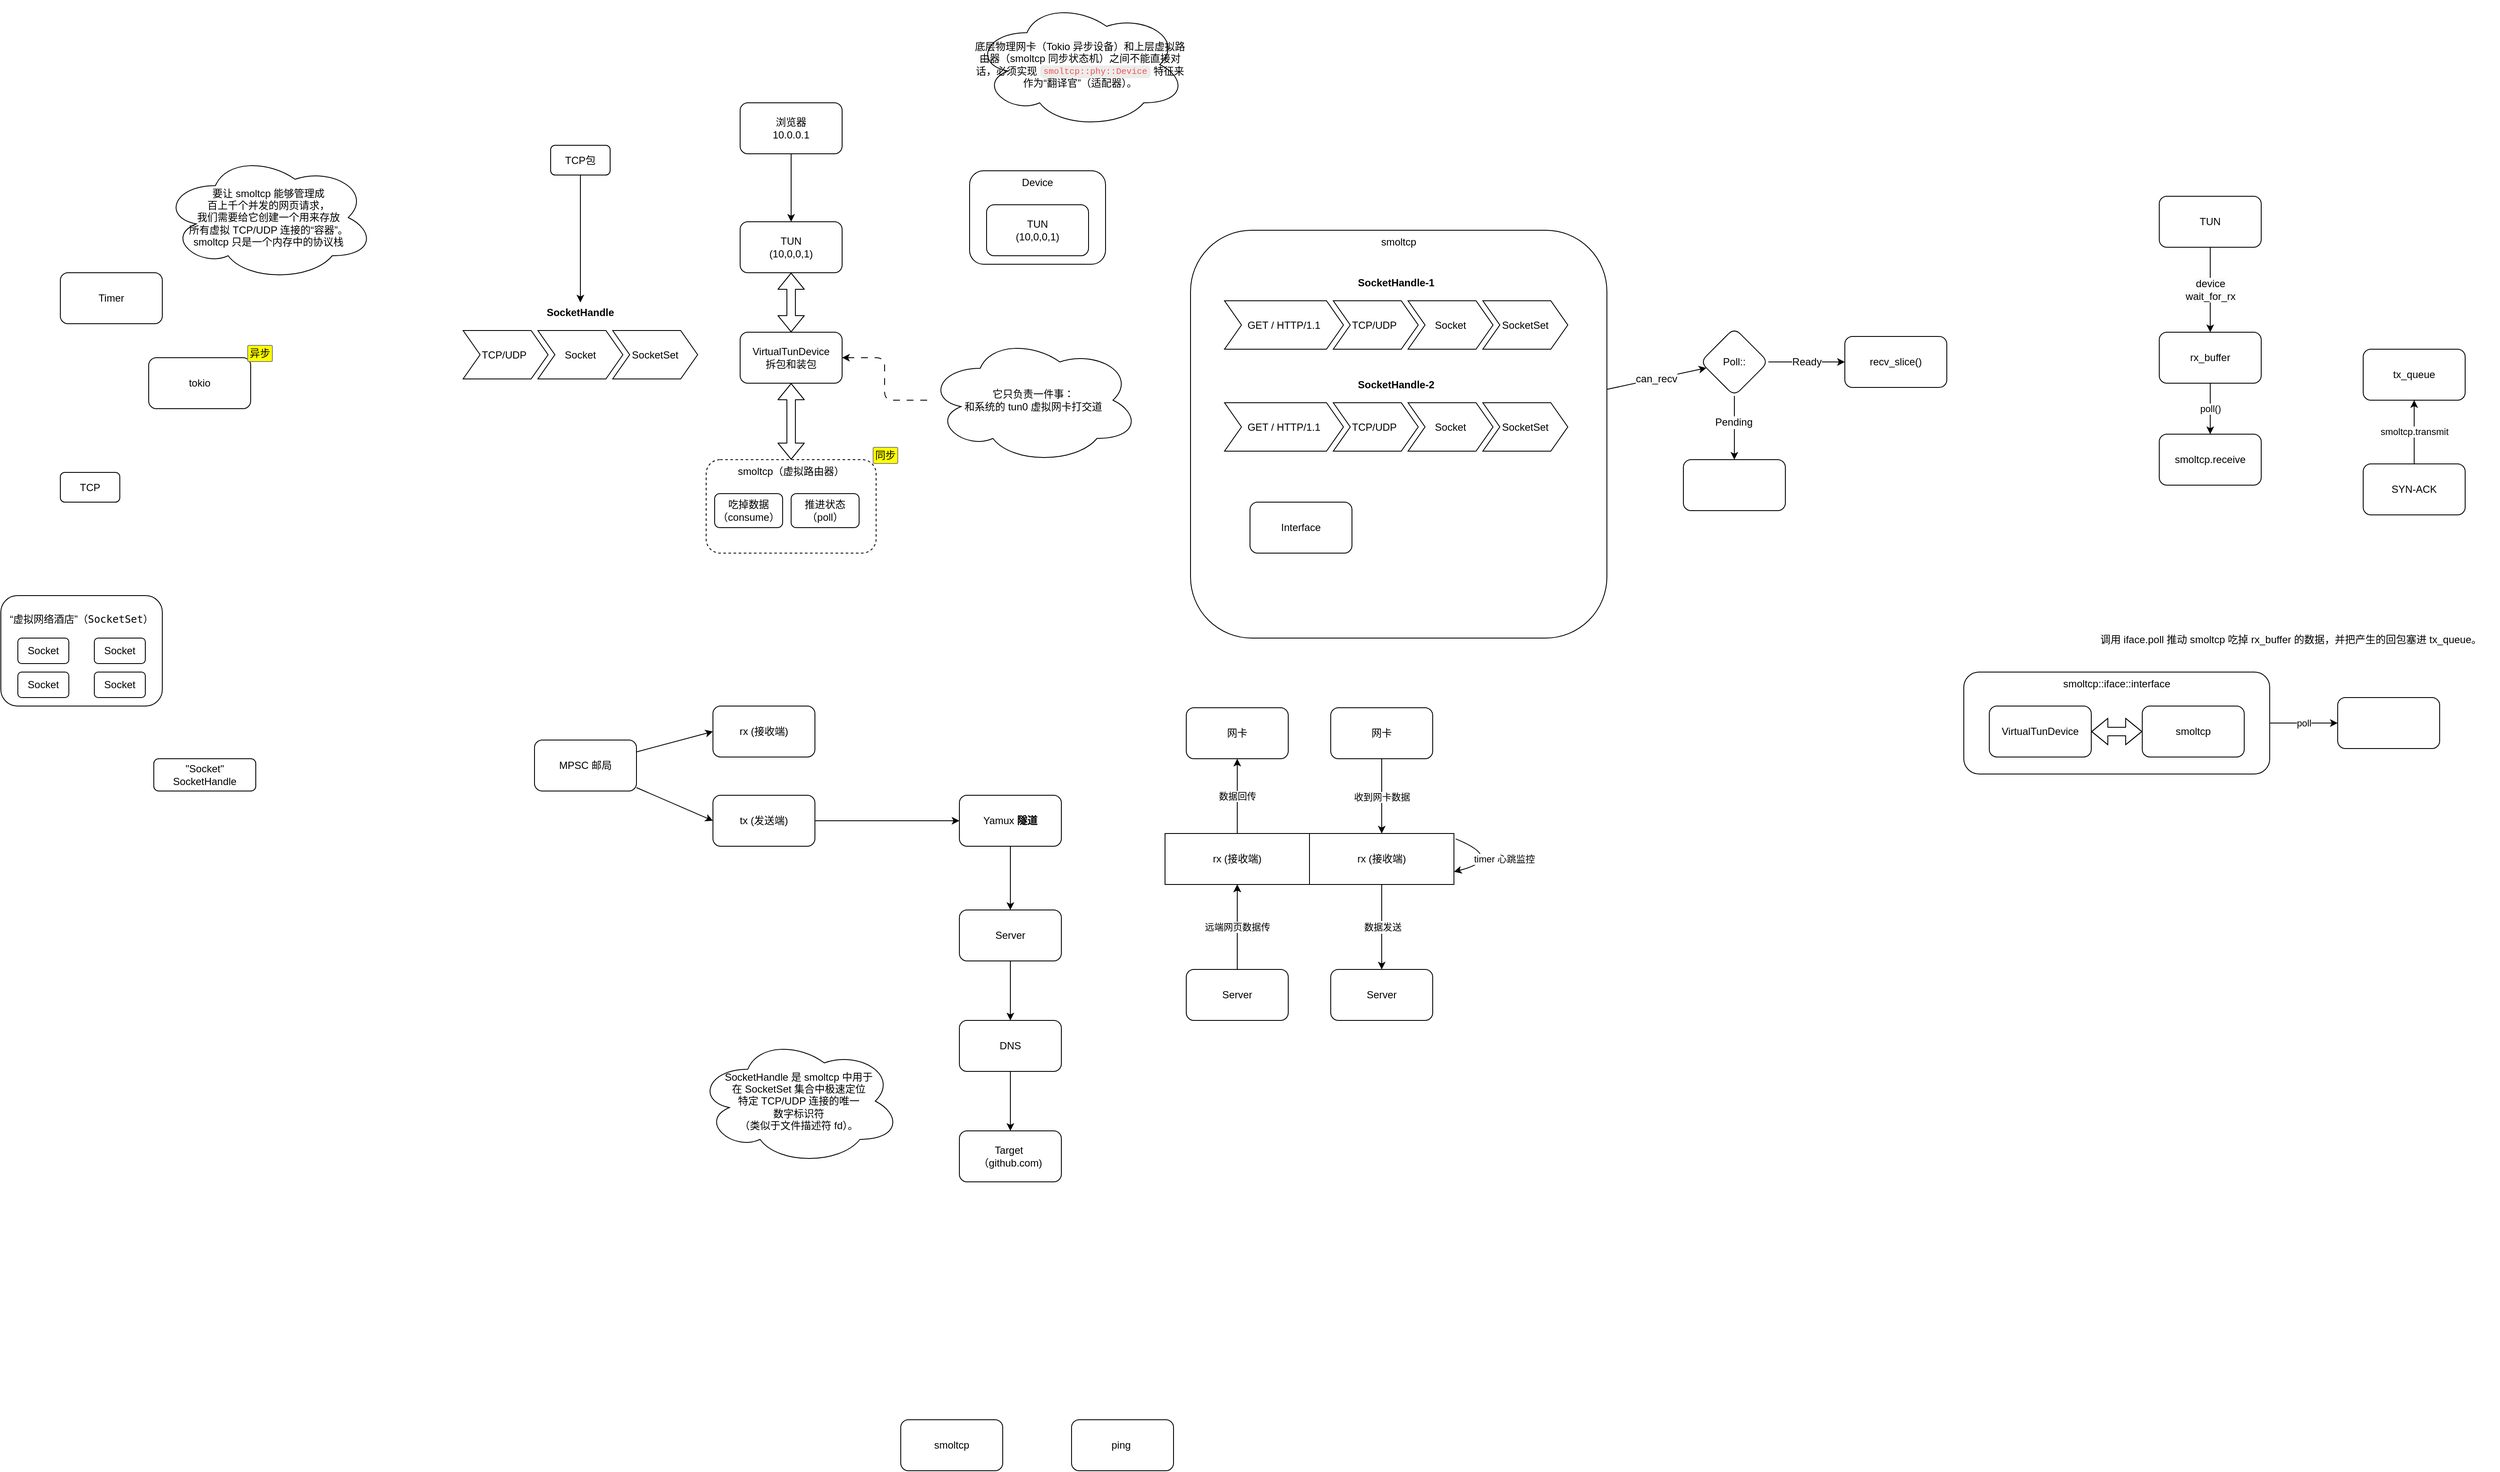
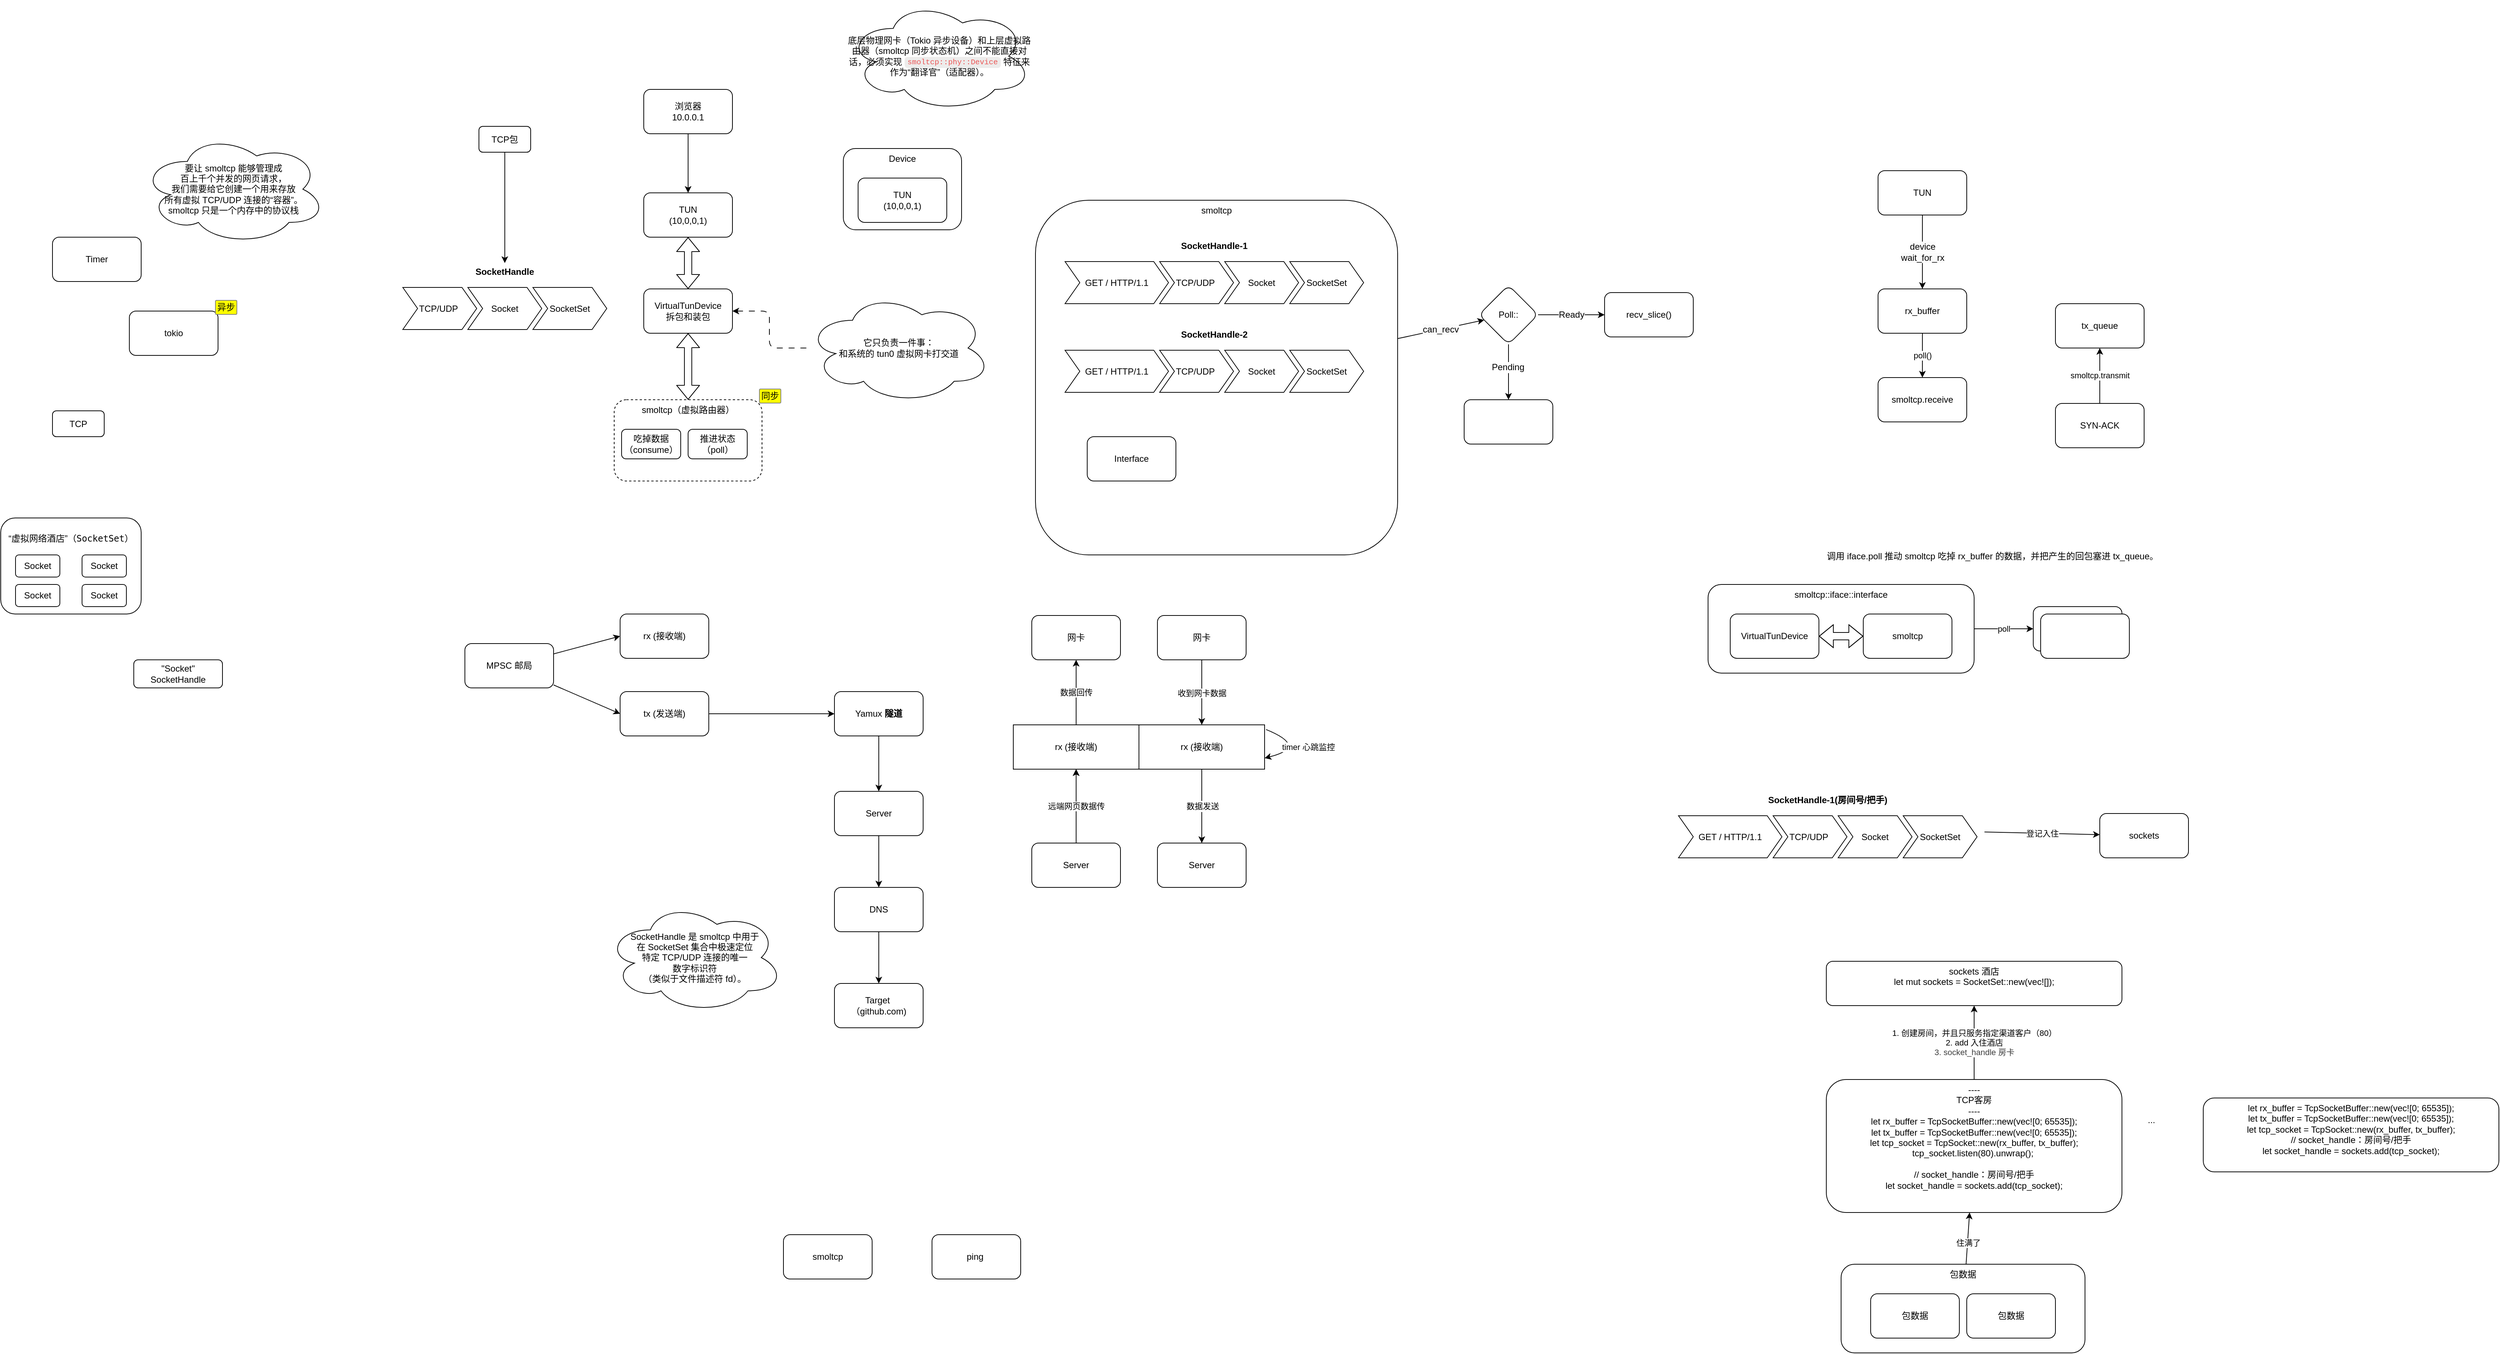
<mxfile host="65bd71144e">
    <diagram id="SK4-CPsVokxL4LTUJP4q" name="第 1 页">
-         <mxGraphModel dx="2701" dy="1525" grid="1" gridSize="10" guides="1" tooltips="1" connect="1" arrows="1" fold="1" page="1" pageScale="1" pageWidth="1169" pageHeight="827" math="0" shadow="0">
+         <mxGraphModel dx="2026" dy="1144" grid="1" gridSize="10" guides="1" tooltips="1" connect="1" arrows="1" fold="1" page="1" pageScale="1" pageWidth="1169" pageHeight="827" math="0" shadow="0">
            <root>
                <mxCell id="0"/>
                <mxCell id="1" parent="0"/>
+                 <mxCell id="199" style="edgeStyle=none;html=1;" edge="1" parent="1" source="196" target="191">
+                     <mxGeometry relative="1" as="geometry"/>
+                 </mxCell>
+                 <mxCell id="200" value="住满了" style="edgeLabel;html=1;align=center;verticalAlign=middle;resizable=0;points=[];" vertex="1" connectable="0" parent="199">
+                     <mxGeometry x="-0.1696" y="-1" relative="1" as="geometry">
+                         <mxPoint as="offset"/>
+                     </mxGeometry>
+                 </mxCell>
+                 <mxCell id="196" value="包数据" style="rounded=1;whiteSpace=wrap;html=1;verticalAlign=top;" vertex="1" parent="1">
+                     <mxGeometry x="2670" y="1800" width="330" height="120" as="geometry"/>
+                 </mxCell>
+                 <mxCell id="198" value="包数据" style="rounded=1;whiteSpace=wrap;html=1;" vertex="1" parent="1">
+                     <mxGeometry x="2710" y="1840" width="120" height="60" as="geometry"/>
+                 </mxCell>
                <mxCell id="148" value="&lt;span style=&quot;color: rgb(0, 0, 0); text-wrap-mode: wrap; background-color: rgb(251, 251, 251);&quot;&gt;can_recv&lt;/span&gt;" style="edgeStyle=none;html=1;fontFamily=Helvetica;fontSize=12;fontColor=default;" parent="1" source="145" target="147" edge="1">
                    <mxGeometry x="-0.004" relative="1" as="geometry">
                        <mxPoint as="offset"/>
                    </mxGeometry>
                </mxCell>
                <mxCell id="145" value="smoltcp" style="rounded=1;whiteSpace=wrap;html=1;strokeColor=default;align=center;verticalAlign=top;fontFamily=Helvetica;fontSize=12;fontColor=default;fillColor=none;" parent="1" vertex="1">
                    <mxGeometry x="1580" y="360" width="490" height="480" as="geometry"/>
                </mxCell>
                <mxCell id="76" value="Device" style="rounded=1;whiteSpace=wrap;html=1;verticalAlign=top;" parent="1" vertex="1">
                    <mxGeometry x="1320" y="290" width="160" height="110" as="geometry"/>
                </mxCell>
                <mxCell id="3" value="&lt;div&gt;&lt;br&gt;&lt;/div&gt;“虚拟网络酒店”（&lt;code data-index-in-node=&quot;10&quot; data-path-to-node=&quot;9&quot;&gt;SocketSet&lt;/code&gt;）" style="rounded=1;whiteSpace=wrap;html=1;verticalAlign=top;fontSize=12;" parent="1" vertex="1">
                    <mxGeometry x="180" y="790" width="190" height="130" as="geometry"/>
                </mxCell>
                <mxCell id="4" value="Socket" style="rounded=1;whiteSpace=wrap;html=1;" parent="1" vertex="1">
                    <mxGeometry x="200" y="840" width="60" height="30" as="geometry"/>
                </mxCell>
                <mxCell id="5" value="Socket" style="rounded=1;whiteSpace=wrap;html=1;" parent="1" vertex="1">
                    <mxGeometry x="290" y="840" width="60" height="30" as="geometry"/>
                </mxCell>
                <mxCell id="6" value="Socket" style="rounded=1;whiteSpace=wrap;html=1;" parent="1" vertex="1">
                    <mxGeometry x="290" y="880" width="60" height="30" as="geometry"/>
                </mxCell>
                <mxCell id="7" value="Socket" style="rounded=1;whiteSpace=wrap;html=1;" parent="1" vertex="1">
                    <mxGeometry x="200" y="880" width="60" height="30" as="geometry"/>
                </mxCell>
                <mxCell id="8" value="&quot;Socket&quot;&lt;div&gt;SocketHandle&lt;/div&gt;" style="rounded=1;whiteSpace=wrap;html=1;" parent="1" vertex="1">
                    <mxGeometry x="360" y="982" width="120" height="38" as="geometry"/>
                </mxCell>
                <mxCell id="46" style="edgeStyle=none;html=1;fontFamily=Helvetica;fontSize=12;fontColor=default;" parent="1" source="9" target="10" edge="1">
                    <mxGeometry relative="1" as="geometry"/>
                </mxCell>
                <mxCell id="9" value="浏览器&lt;div&gt;10.0.0.1&lt;/div&gt;" style="rounded=1;whiteSpace=wrap;html=1;" parent="1" vertex="1">
                    <mxGeometry x="1050" y="210" width="120" height="60" as="geometry"/>
                </mxCell>
                <mxCell id="10" value="TUN&lt;br&gt;(10,0,0,1)" style="rounded=1;whiteSpace=wrap;html=1;" parent="1" vertex="1">
                    <mxGeometry x="1050" y="350" width="120" height="60" as="geometry"/>
                </mxCell>
                <mxCell id="34" style="edgeStyle=none;html=1;entryX=0;entryY=0.5;entryDx=0;entryDy=0;" parent="1" source="14" target="31" edge="1">
                    <mxGeometry relative="1" as="geometry"/>
                </mxCell>
                <mxCell id="35" style="edgeStyle=none;html=1;entryX=0;entryY=0.5;entryDx=0;entryDy=0;" parent="1" source="14" target="33" edge="1">
                    <mxGeometry relative="1" as="geometry"/>
                </mxCell>
                <mxCell id="14" value="MPSC 邮局" style="rounded=1;whiteSpace=wrap;html=1;" parent="1" vertex="1">
                    <mxGeometry x="808" y="960" width="120" height="60" as="geometry"/>
                </mxCell>
                <mxCell id="42" style="edgeStyle=none;html=1;fontFamily=Helvetica;fontSize=12;fontColor=default;" parent="1" source="15" target="16" edge="1">
                    <mxGeometry relative="1" as="geometry"/>
                </mxCell>
                <mxCell id="15" value="Yamux&amp;nbsp;&lt;span class=&quot;notion-enable-hover&quot; data-token-index=&quot;0&quot; style=&quot;font-weight:600&quot;&gt;隧道&lt;/span&gt;" style="rounded=1;whiteSpace=wrap;html=1;" parent="1" vertex="1">
                    <mxGeometry x="1308" y="1025" width="120" height="60" as="geometry"/>
                </mxCell>
                <mxCell id="43" style="edgeStyle=none;html=1;fontFamily=Helvetica;fontSize=12;fontColor=default;" parent="1" source="16" target="17" edge="1">
                    <mxGeometry relative="1" as="geometry"/>
                </mxCell>
                <mxCell id="16" value="Server" style="rounded=1;whiteSpace=wrap;html=1;" parent="1" vertex="1">
                    <mxGeometry x="1308" y="1160" width="120" height="60" as="geometry"/>
                </mxCell>
                <mxCell id="44" style="edgeStyle=none;html=1;fontFamily=Helvetica;fontSize=12;fontColor=default;" parent="1" source="17" target="18" edge="1">
                    <mxGeometry relative="1" as="geometry"/>
                </mxCell>
                <mxCell id="17" value="DNS" style="rounded=1;whiteSpace=wrap;html=1;" parent="1" vertex="1">
                    <mxGeometry x="1308" y="1290" width="120" height="60" as="geometry"/>
                </mxCell>
                <mxCell id="18" value="Target&amp;nbsp;&lt;div&gt;（github.com)&lt;/div&gt;" style="rounded=1;whiteSpace=wrap;html=1;" parent="1" vertex="1">
                    <mxGeometry x="1308" y="1420" width="120" height="60" as="geometry"/>
                </mxCell>
                <mxCell id="74" style="edgeStyle=none;html=1;fontFamily=Helvetica;fontSize=12;fontColor=default;" parent="1" source="19" target="25" edge="1">
                    <mxGeometry relative="1" as="geometry"/>
                </mxCell>
                <mxCell id="19" value="TCP包" style="rounded=1;whiteSpace=wrap;html=1;" parent="1" vertex="1">
                    <mxGeometry x="827" y="260" width="70" height="35" as="geometry"/>
                </mxCell>
                <mxCell id="20" value="TCP" style="rounded=1;whiteSpace=wrap;html=1;" parent="1" vertex="1">
                    <mxGeometry x="250" y="645" width="70" height="35" as="geometry"/>
                </mxCell>
                <mxCell id="25" value="SocketHandle" style="swimlane;childLayout=stackLayout;horizontal=1;fillColor=none;horizontalStack=1;resizeParent=1;resizeParentMax=0;resizeLast=0;collapsible=0;strokeColor=none;stackBorder=10;stackSpacing=-12;resizable=1;align=center;points=[];whiteSpace=wrap;html=1;" parent="1" vertex="1">
                    <mxGeometry x="714" y="445" width="296" height="100" as="geometry"/>
                </mxCell>
                <mxCell id="26" value="TCP/UDP&amp;nbsp;" style="shape=step;perimeter=stepPerimeter;fixedSize=1;points=[];whiteSpace=wrap;html=1;" parent="25" vertex="1">
                    <mxGeometry x="10" y="33" width="100" height="57" as="geometry"/>
                </mxCell>
                <mxCell id="27" value="Socket" style="shape=step;perimeter=stepPerimeter;fixedSize=1;points=[];whiteSpace=wrap;html=1;" parent="25" vertex="1">
                    <mxGeometry x="98" y="33" width="100" height="57" as="geometry"/>
                </mxCell>
                <mxCell id="28" value="SocketSet" style="shape=step;perimeter=stepPerimeter;fixedSize=1;points=[];whiteSpace=wrap;html=1;" parent="25" vertex="1">
                    <mxGeometry x="186" y="33" width="100" height="57" as="geometry"/>
                </mxCell>
                <mxCell id="30" value="SocketHandle 是 smoltcp 中用于&lt;div&gt;在 SocketSet 集合中极速定位&lt;/div&gt;&lt;div&gt;特定 TCP/UDP 连接的唯一&lt;/div&gt;&lt;div&gt;数字标识符&lt;/div&gt;&lt;div&gt;（类似于文件描述符 fd）。&lt;/div&gt;" style="ellipse;shape=cloud;whiteSpace=wrap;html=1;" parent="1" vertex="1">
                    <mxGeometry x="999" y="1310" width="240" height="150" as="geometry"/>
                </mxCell>
                <mxCell id="31" value="rx (接收端)" style="rounded=1;whiteSpace=wrap;html=1;" parent="1" vertex="1">
                    <mxGeometry x="1018" y="920" width="120" height="60" as="geometry"/>
                </mxCell>
                <mxCell id="41" style="edgeStyle=none;html=1;entryX=0;entryY=0.5;entryDx=0;entryDy=0;fontFamily=Helvetica;fontSize=12;fontColor=default;" parent="1" source="33" target="15" edge="1">
                    <mxGeometry relative="1" as="geometry"/>
                </mxCell>
                <mxCell id="33" value="tx (发送端)" style="rounded=1;whiteSpace=wrap;html=1;" parent="1" vertex="1">
                    <mxGeometry x="1018" y="1025" width="120" height="60" as="geometry"/>
                </mxCell>
                <mxCell id="40" value="要让 smoltcp 能够管理成&#xa;百上千个并发的网页请求，&#xa;我们需要给它创建一个用来存放&#xa;所有虚拟 TCP/UDP 连接的“容器”。&#xa;smoltcp 只是一个内存中的协议栈" style="ellipse;shape=cloud;whiteSpace=wrap;html=1;" parent="1" vertex="1">
                    <mxGeometry x="370" y="270" width="250" height="150" as="geometry"/>
                </mxCell>
                <mxCell id="45" value="smoltcp（虚拟路由器）" style="rounded=1;whiteSpace=wrap;html=1;metaEdit=0;noLabel=0;portConstraintRotation=0;dropTarget=0;enumerate=1;enumerateValue=%E5%90%8C%E6%AD%A5;verticalAlign=top;dashed=1;" parent="1" vertex="1">
                    <mxGeometry x="1010" y="630" width="200" height="110" as="geometry"/>
                </mxCell>
                <mxCell id="49" value="tokio" style="rounded=1;whiteSpace=wrap;html=1;metaEdit=0;noLabel=0;portConstraintRotation=0;dropTarget=0;enumerate=1;enumerateValue=%E5%BC%82%E6%AD%A5;" parent="1" vertex="1">
                    <mxGeometry x="354" y="510" width="120" height="60" as="geometry"/>
                </mxCell>
                <mxCell id="72" style="edgeStyle=none;html=1;fontFamily=Helvetica;fontSize=12;fontColor=default;shape=flexArrow;startArrow=block;" parent="1" source="50" target="45" edge="1">
                    <mxGeometry relative="1" as="geometry"/>
                </mxCell>
                <mxCell id="50" value="VirtualTunDevice&#xa;拆包和装包" style="rounded=1;whiteSpace=wrap;html=1;" parent="1" vertex="1">
                    <mxGeometry x="1050" y="480" width="120" height="60" as="geometry"/>
                </mxCell>
                <mxCell id="51" value="Timer" style="rounded=1;whiteSpace=wrap;html=1;metaEdit=0;noLabel=0;portConstraintRotation=0;dropTarget=0;enumerate=0;enumerateValue=%E5%90%8C%E6%AD%A5;" parent="1" vertex="1">
                    <mxGeometry x="250" y="410" width="120" height="60" as="geometry"/>
                </mxCell>
                <mxCell id="52" value="吃掉数据（consume）" style="rounded=1;whiteSpace=wrap;html=1;" parent="1" vertex="1">
                    <mxGeometry x="1020" y="670" width="80" height="40" as="geometry"/>
                </mxCell>
                <mxCell id="53" value="推进状态（poll）" style="rounded=1;whiteSpace=wrap;html=1;" parent="1" vertex="1">
                    <mxGeometry x="1110" y="670" width="80" height="40" as="geometry"/>
                </mxCell>
                <mxCell id="71" style="edgeStyle=none;html=1;fontFamily=Helvetica;fontSize=12;fontColor=default;shape=flexArrow;endArrow=block;startArrow=block;" parent="1" source="50" target="10" edge="1">
                    <mxGeometry relative="1" as="geometry"/>
                </mxCell>
                <mxCell id="73" value="底层物理网卡（Tokio 异步设备）和上层虚拟路由器（smoltcp 同步状态机）之间不能直接对话，必须实现 &lt;div style=&quot;display:inline&quot; class=&quot;notion-inline-code-container&quot;&gt;&lt;span class=&quot;notion-enable-hover&quot; spellcheck=&quot;false&quot; data-token-index=&quot;1&quot; style=&quot;font-family:&amp;quot;SFMono-Regular&amp;quot;, Menlo, Consolas, &amp;quot;PT Mono&amp;quot;, &amp;quot;Liberation Mono&amp;quot;, Courier, monospace;line-height:normal;background:rgba(135,131,120,.15);color:#EB5757;border-radius:4px;font-size:85%;padding:0.2em 0.4em;position:relative;bottom:0.065em&quot;&gt;smoltcp::phy::Device&lt;/span&gt;&lt;/div&gt; 特征来作为“翻译官”（适配器）。" style="ellipse;shape=cloud;whiteSpace=wrap;html=1;" parent="1" vertex="1">
                    <mxGeometry x="1325" y="90" width="250" height="150" as="geometry"/>
                </mxCell>
                <mxCell id="75" value="TUN&lt;br&gt;(10,0,0,1)" style="rounded=1;whiteSpace=wrap;html=1;" parent="1" vertex="1">
                    <mxGeometry x="1340" y="330" width="120" height="60" as="geometry"/>
                </mxCell>
                <mxCell id="77" value="网卡" style="rounded=1;whiteSpace=wrap;html=1;" parent="1" vertex="1">
                    <mxGeometry x="1575" y="922" width="120" height="60" as="geometry"/>
                </mxCell>
                <mxCell id="92" style="edgeStyle=none;html=1;fontFamily=Helvetica;fontSize=12;fontColor=default;" parent="1" source="78" edge="1">
                    <mxGeometry relative="1" as="geometry"/>
                </mxCell>
                <mxCell id="117" style="edgeStyle=none;html=1;fontFamily=Helvetica;fontSize=12;fontColor=default;" parent="1" source="78" target="118" edge="1">
                    <mxGeometry relative="1" as="geometry">
                        <mxPoint x="1652.173913043478" y="1120" as="targetPoint"/>
                    </mxGeometry>
                </mxCell>
                <mxCell id="125" value="远端网页数据传" style="edgeStyle=none;html=1;align=center;verticalAlign=middle;" parent="1" source="78" target="118" edge="1">
                    <mxGeometry x="-0.0029" relative="1" as="geometry">
                        <mxPoint as="offset"/>
                    </mxGeometry>
                </mxCell>
                <mxCell id="78" value="Server" style="rounded=1;whiteSpace=wrap;html=1;" parent="1" vertex="1">
                    <mxGeometry x="1575" y="1230" width="120" height="60" as="geometry"/>
                </mxCell>
                <mxCell id="131" value="数据回传" style="edgeStyle=none;html=1;" parent="1" source="118" target="77" edge="1">
                    <mxGeometry relative="1" as="geometry"/>
                </mxCell>
                <mxCell id="118" value="&lt;span style=&quot;color: rgb(0, 0, 0);&quot;&gt;rx (接收端)&lt;/span&gt;" style="rounded=0;whiteSpace=wrap;html=1;strokeColor=default;align=center;verticalAlign=middle;fontFamily=Helvetica;fontSize=12;fontColor=default;fillColor=default;" parent="1" vertex="1">
                    <mxGeometry x="1550" y="1070" width="170" height="60" as="geometry"/>
                </mxCell>
                <mxCell id="124" style="edgeStyle=none;html=1;fontFamily=Helvetica;fontSize=12;fontColor=default;" parent="1" source="119" target="122" edge="1">
                    <mxGeometry relative="1" as="geometry"/>
                </mxCell>
                <mxCell id="126" value="&lt;span style=&quot;color: rgb(0, 0, 0); font-size: 11px;&quot;&gt;数据发送&lt;/span&gt;" style="edgeLabel;html=1;align=center;verticalAlign=middle;resizable=0;points=[];rounded=1;strokeColor=default;fontFamily=Helvetica;fontSize=12;fontColor=default;fillColor=default;" parent="124" vertex="1" connectable="0">
                    <mxGeometry y="1" relative="1" as="geometry">
                        <mxPoint as="offset"/>
                    </mxGeometry>
                </mxCell>
                <mxCell id="119" value="&lt;span style=&quot;color: rgb(0, 0, 0);&quot;&gt;rx (接收端)&lt;/span&gt;" style="rounded=0;whiteSpace=wrap;html=1;strokeColor=default;align=center;verticalAlign=middle;fontFamily=Helvetica;fontSize=12;fontColor=default;fillColor=default;" parent="1" vertex="1">
                    <mxGeometry x="1720" y="1070" width="170" height="60" as="geometry"/>
                </mxCell>
                <mxCell id="123" value="收到网卡数据" style="edgeStyle=none;html=1;" parent="1" source="121" target="119" edge="1">
                    <mxGeometry x="0.0079" relative="1" as="geometry">
                        <mxPoint as="offset"/>
                    </mxGeometry>
                </mxCell>
                <mxCell id="121" value="&lt;span style=&quot;color: rgb(0, 0, 0);&quot;&gt;网卡&lt;/span&gt;" style="rounded=1;whiteSpace=wrap;html=1;" parent="1" vertex="1">
                    <mxGeometry x="1745" y="922" width="120" height="60" as="geometry"/>
                </mxCell>
                <mxCell id="122" value="&lt;span style=&quot;color: rgb(0, 0, 0);&quot;&gt;Server&lt;/span&gt;" style="rounded=1;whiteSpace=wrap;html=1;" parent="1" vertex="1">
                    <mxGeometry x="1745" y="1230" width="120" height="60" as="geometry"/>
                </mxCell>
                <mxCell id="132" value="timer 心跳监控" style="edgeStyle=orthogonalEdgeStyle;html=1;exitX=1.012;exitY=0.105;exitDx=0;exitDy=0;exitPerimeter=0;entryX=1;entryY=0.75;entryDx=0;entryDy=0;curved=1;" parent="1" source="119" target="119" edge="1">
                    <mxGeometry relative="1" as="geometry">
                        <Array as="points">
                            <mxPoint x="1950" y="1100"/>
                        </Array>
                    </mxGeometry>
                </mxCell>
                <mxCell id="133" value="SocketHandle-2" style="swimlane;childLayout=stackLayout;horizontal=1;fillColor=none;horizontalStack=1;resizeParent=1;resizeParentMax=0;resizeLast=0;collapsible=0;strokeColor=none;stackBorder=10;stackSpacing=-12;resizable=1;align=center;points=[];whiteSpace=wrap;html=1;" parent="1" vertex="1">
                    <mxGeometry x="1610" y="530" width="424" height="100" as="geometry"/>
                </mxCell>
                <mxCell id="134" value="GET / HTTP/1.1" style="shape=step;perimeter=stepPerimeter;fixedSize=1;points=[];whiteSpace=wrap;html=1;" parent="133" vertex="1">
                    <mxGeometry x="10" y="33" width="140" height="57" as="geometry"/>
                </mxCell>
                <mxCell id="135" value="&lt;span style=&quot;color: rgb(0, 0, 0);&quot;&gt;TCP/UDP&amp;nbsp;&lt;/span&gt;" style="shape=step;perimeter=stepPerimeter;fixedSize=1;points=[];whiteSpace=wrap;html=1;" parent="133" vertex="1">
                    <mxGeometry x="138" y="33" width="100" height="57" as="geometry"/>
                </mxCell>
                <mxCell id="136" value="&lt;span style=&quot;color: rgb(0, 0, 0);&quot;&gt;Socket&lt;/span&gt;" style="shape=step;perimeter=stepPerimeter;fixedSize=1;points=[];whiteSpace=wrap;html=1;" parent="133" vertex="1">
                    <mxGeometry x="226" y="33" width="100" height="57" as="geometry"/>
                </mxCell>
                <mxCell id="139" value="SocketSet" style="shape=step;perimeter=stepPerimeter;fixedSize=1;points=[];whiteSpace=wrap;html=1;" parent="133" vertex="1">
                    <mxGeometry x="314" y="33" width="100" height="57" as="geometry"/>
                </mxCell>
                <mxCell id="140" value="SocketHandle-1" style="swimlane;childLayout=stackLayout;horizontal=1;fillColor=none;horizontalStack=1;resizeParent=1;resizeParentMax=0;resizeLast=0;collapsible=0;strokeColor=none;stackBorder=10;stackSpacing=-12;resizable=1;align=center;points=[];whiteSpace=wrap;html=1;" parent="1" vertex="1">
                    <mxGeometry x="1610" y="410" width="424" height="100" as="geometry"/>
                </mxCell>
                <mxCell id="141" value="GET / HTTP/1.1" style="shape=step;perimeter=stepPerimeter;fixedSize=1;points=[];whiteSpace=wrap;html=1;" parent="140" vertex="1">
                    <mxGeometry x="10" y="33" width="140" height="57" as="geometry"/>
                </mxCell>
                <mxCell id="142" value="&lt;span style=&quot;color: rgb(0, 0, 0);&quot;&gt;TCP/UDP&amp;nbsp;&lt;/span&gt;" style="shape=step;perimeter=stepPerimeter;fixedSize=1;points=[];whiteSpace=wrap;html=1;" parent="140" vertex="1">
                    <mxGeometry x="138" y="33" width="100" height="57" as="geometry"/>
                </mxCell>
                <mxCell id="143" value="&lt;span style=&quot;color: rgb(0, 0, 0);&quot;&gt;Socket&lt;/span&gt;" style="shape=step;perimeter=stepPerimeter;fixedSize=1;points=[];whiteSpace=wrap;html=1;" parent="140" vertex="1">
                    <mxGeometry x="226" y="33" width="100" height="57" as="geometry"/>
                </mxCell>
                <mxCell id="144" value="SocketSet" style="shape=step;perimeter=stepPerimeter;fixedSize=1;points=[];whiteSpace=wrap;html=1;" parent="140" vertex="1">
                    <mxGeometry x="314" y="33" width="100" height="57" as="geometry"/>
                </mxCell>
                <mxCell id="150" value="Ready" style="edgeStyle=none;html=1;fontFamily=Helvetica;fontSize=12;fontColor=default;" parent="1" source="147" target="149" edge="1">
                    <mxGeometry relative="1" as="geometry"/>
                </mxCell>
                <mxCell id="153" value="" style="edgeStyle=none;html=1;fontFamily=Helvetica;fontSize=12;fontColor=default;" parent="1" source="147" target="152" edge="1">
                    <mxGeometry relative="1" as="geometry"/>
                </mxCell>
                <mxCell id="154" value="Pending" style="edgeLabel;html=1;align=center;verticalAlign=middle;resizable=0;points=[];rounded=1;strokeColor=default;fontFamily=Helvetica;fontSize=12;fontColor=default;fillColor=default;" parent="153" vertex="1" connectable="0">
                    <mxGeometry x="-0.1787" y="-1" relative="1" as="geometry">
                        <mxPoint as="offset"/>
                    </mxGeometry>
                </mxCell>
                <mxCell id="147" value="Poll::" style="rhombus;whiteSpace=wrap;html=1;rounded=1;strokeColor=default;align=center;verticalAlign=middle;fontFamily=Helvetica;fontSize=12;fontColor=default;fillColor=default;" parent="1" vertex="1">
                    <mxGeometry x="2180" y="475" width="80" height="80" as="geometry"/>
                </mxCell>
                <mxCell id="149" value="recv_slice()" style="rounded=1;whiteSpace=wrap;html=1;strokeColor=default;align=center;verticalAlign=middle;fontFamily=Helvetica;fontSize=12;fontColor=default;fillColor=default;" parent="1" vertex="1">
                    <mxGeometry x="2350" y="485" width="120" height="60" as="geometry"/>
                </mxCell>
                <mxCell id="152" value="" style="whiteSpace=wrap;html=1;rounded=1;" parent="1" vertex="1">
                    <mxGeometry x="2160" y="630" width="120" height="60" as="geometry"/>
                </mxCell>
                <mxCell id="156" style="edgeStyle=orthogonalEdgeStyle;html=1;fontFamily=Helvetica;fontSize=12;fontColor=default;dashed=1;dashPattern=8 8;" parent="1" source="155" target="50" edge="1">
                    <mxGeometry relative="1" as="geometry"/>
                </mxCell>
                <mxCell id="155" value="它只负责一件事：&#xa;和系统的 tun0 虚拟网卡打交道" style="ellipse;shape=cloud;whiteSpace=wrap;html=1;" parent="1" vertex="1">
                    <mxGeometry x="1270" y="485" width="250" height="150" as="geometry"/>
                </mxCell>
                <mxCell id="157" value="Interface" style="rounded=1;whiteSpace=wrap;html=1;strokeColor=default;align=center;verticalAlign=middle;fontFamily=Helvetica;fontSize=12;fontColor=default;fillColor=default;" parent="1" vertex="1">
                    <mxGeometry x="1650" y="680" width="120" height="60" as="geometry"/>
                </mxCell>
                <mxCell id="160" value="poll()" style="edgeStyle=none;html=1;" parent="1" source="158" target="159" edge="1">
                    <mxGeometry relative="1" as="geometry"/>
                </mxCell>
                <mxCell id="158" value="rx_buffer" style="rounded=1;whiteSpace=wrap;html=1;" parent="1" vertex="1">
                    <mxGeometry x="2720" y="480" width="120" height="60" as="geometry"/>
                </mxCell>
                <mxCell id="159" value="smoltcp.receive" style="rounded=1;whiteSpace=wrap;html=1;" parent="1" vertex="1">
                    <mxGeometry x="2720" y="600" width="120" height="60" as="geometry"/>
                </mxCell>
                <mxCell id="162" value="&lt;span style=&quot;color: rgb(0, 0, 0); font-size: 12px; text-wrap-mode: wrap; background-color: rgb(251, 251, 251);&quot;&gt;device&lt;/span&gt;&lt;br style=&quot;color: rgb(63, 63, 63); scrollbar-color: rgb(226, 226, 226) rgb(251, 251, 251); font-size: 12px; text-wrap-mode: wrap; background-color: rgb(251, 251, 251);&quot;&gt;&lt;span style=&quot;color: rgb(0, 0, 0); font-size: 12px; text-wrap-mode: wrap; background-color: rgb(251, 251, 251);&quot;&gt;wait_for_rx&lt;/span&gt;" style="edgeStyle=none;html=1;" parent="1" source="161" target="158" edge="1">
                    <mxGeometry relative="1" as="geometry"/>
                </mxCell>
                <mxCell id="161" value="TUN" style="rounded=1;whiteSpace=wrap;html=1;" parent="1" vertex="1">
                    <mxGeometry x="2720" y="320" width="120" height="60" as="geometry"/>
                </mxCell>
                <mxCell id="165" value="smoltcp.transmit" style="edgeStyle=none;html=1;" parent="1" source="163" target="166" edge="1">
                    <mxGeometry x="0.0133" relative="1" as="geometry">
                        <mxPoint x="3020" y="580" as="targetPoint"/>
                        <mxPoint as="offset"/>
                    </mxGeometry>
                </mxCell>
                <mxCell id="163" value="SYN-ACK" style="rounded=1;whiteSpace=wrap;html=1;" parent="1" vertex="1">
                    <mxGeometry x="2960" y="635" width="120" height="60" as="geometry"/>
                </mxCell>
                <mxCell id="166" value="tx_queue" style="rounded=1;whiteSpace=wrap;html=1;" parent="1" vertex="1">
                    <mxGeometry x="2960" y="500" width="120" height="60" as="geometry"/>
                </mxCell>
                <mxCell id="169" value="poll" style="edgeStyle=none;html=1;" parent="1" source="167" target="168" edge="1">
                    <mxGeometry relative="1" as="geometry"/>
                </mxCell>
                <mxCell id="167" value="smoltcp::iface::interface" style="rounded=1;whiteSpace=wrap;html=1;verticalAlign=top;" parent="1" vertex="1">
                    <mxGeometry x="2490" y="880" width="360" height="120" as="geometry"/>
                </mxCell>
                <mxCell id="168" value="" style="whiteSpace=wrap;html=1;rounded=1;" parent="1" vertex="1">
                    <mxGeometry x="2930" y="910" width="120" height="60" as="geometry"/>
                </mxCell>
                <mxCell id="170" value="调用 iface.poll 推动 smoltcp 吃掉 rx_buffer 的数据，并把产生的回包塞进 tx_queue。" style="text;html=1;align=center;verticalAlign=middle;whiteSpace=wrap;rounded=0;" parent="1" vertex="1">
                    <mxGeometry x="2630" y="827" width="490" height="30" as="geometry"/>
                </mxCell>
                <mxCell id="173" style="edgeStyle=none;html=1;shape=flexArrow;startArrow=block;endArrow=block;" parent="1" source="171" target="172" edge="1">
                    <mxGeometry relative="1" as="geometry">
                        <Array as="points">
                            <mxPoint x="2680" y="950"/>
                        </Array>
                    </mxGeometry>
                </mxCell>
                <mxCell id="171" value="VirtualTunDevice" style="rounded=1;whiteSpace=wrap;html=1;" parent="1" vertex="1">
                    <mxGeometry x="2520" y="920" width="120" height="60" as="geometry"/>
                </mxCell>
                <mxCell id="172" value="smoltcp" style="rounded=1;whiteSpace=wrap;html=1;" parent="1" vertex="1">
                    <mxGeometry x="2700" y="920" width="120" height="60" as="geometry"/>
                </mxCell>
-                 <mxCell id="174" value="ping&amp;nbsp;" style="rounded=1;whiteSpace=wrap;html=1;" vertex="1" parent="1">
+                 <mxCell id="174" value="ping&amp;nbsp;" style="rounded=1;whiteSpace=wrap;html=1;" parent="1" vertex="1">
                    <mxGeometry x="1440" y="1760" width="120" height="60" as="geometry"/>
                </mxCell>
-                 <mxCell id="176" value="smoltcp" style="rounded=1;whiteSpace=wrap;html=1;" vertex="1" parent="1">
+                 <mxCell id="176" value="smoltcp" style="rounded=1;whiteSpace=wrap;html=1;" parent="1" vertex="1">
                    <mxGeometry x="1239" y="1760" width="120" height="60" as="geometry"/>
+                 </mxCell>
+                 <mxCell id="189" value="登记入住" style="edgeStyle=none;html=1;" edge="1" parent="1" source="182" target="188">
+                     <mxGeometry relative="1" as="geometry"/>
+                 </mxCell>
+                 <mxCell id="182" value="SocketHandle-1(房间号/把手)" style="swimlane;childLayout=stackLayout;horizontal=1;fillColor=none;horizontalStack=1;resizeParent=1;resizeParentMax=0;resizeLast=0;collapsible=0;strokeColor=none;stackBorder=10;stackSpacing=-12;resizable=1;align=center;points=[];whiteSpace=wrap;html=1;" vertex="1" parent="1">
+                     <mxGeometry x="2440" y="1160" width="424" height="100" as="geometry"/>
+                 </mxCell>
+                 <mxCell id="183" value="GET / HTTP/1.1" style="shape=step;perimeter=stepPerimeter;fixedSize=1;points=[];whiteSpace=wrap;html=1;" vertex="1" parent="182">
+                     <mxGeometry x="10" y="33" width="140" height="57" as="geometry"/>
+                 </mxCell>
+                 <mxCell id="184" value="&lt;span style=&quot;color: rgb(0, 0, 0);&quot;&gt;TCP/UDP&amp;nbsp;&lt;/span&gt;" style="shape=step;perimeter=stepPerimeter;fixedSize=1;points=[];whiteSpace=wrap;html=1;" vertex="1" parent="182">
+                     <mxGeometry x="138" y="33" width="100" height="57" as="geometry"/>
+                 </mxCell>
+                 <mxCell id="185" value="&lt;span style=&quot;color: rgb(0, 0, 0);&quot;&gt;Socket&lt;/span&gt;" style="shape=step;perimeter=stepPerimeter;fixedSize=1;points=[];whiteSpace=wrap;html=1;" vertex="1" parent="182">
+                     <mxGeometry x="226" y="33" width="100" height="57" as="geometry"/>
+                 </mxCell>
+                 <mxCell id="186" value="SocketSet" style="shape=step;perimeter=stepPerimeter;fixedSize=1;points=[];whiteSpace=wrap;html=1;" vertex="1" parent="182">
+                     <mxGeometry x="314" y="33" width="100" height="57" as="geometry"/>
+                 </mxCell>
+                 <mxCell id="187" value="" style="whiteSpace=wrap;html=1;rounded=1;" vertex="1" parent="1">
+                     <mxGeometry x="2940" y="920" width="120" height="60" as="geometry"/>
+                 </mxCell>
+                 <mxCell id="188" value="sockets" style="whiteSpace=wrap;html=1;rounded=1;" vertex="1" parent="1">
+                     <mxGeometry x="3020" y="1190" width="120" height="60" as="geometry"/>
+                 </mxCell>
+                 <mxCell id="190" value="&lt;div&gt;&lt;span style=&quot;color: rgb(0, 0, 0);&quot;&gt;sockets 酒店&lt;/span&gt;&lt;/div&gt;let mut sockets = SocketSet::new(vec![]);" style="whiteSpace=wrap;html=1;rounded=1;verticalAlign=top;" vertex="1" parent="1">
+                     <mxGeometry x="2650" y="1390" width="400" height="60" as="geometry"/>
+                 </mxCell>
+                 <mxCell id="192" value="1. 创建房间，并且只服务指定渠道客户（80）&lt;div&gt;2. add 入住酒店&lt;br&gt;&lt;span style=&quot;color: rgb(63, 63, 63); background-color: light-dark(#ffffff, var(--ge-dark-color, #121212));&quot;&gt;3.&amp;nbsp;socket_handle 房卡&lt;/span&gt;&lt;/div&gt;" style="edgeStyle=none;html=1;" edge="1" parent="1" source="191" target="190">
+                     <mxGeometry relative="1" as="geometry"/>
+                 </mxCell>
+                 <mxCell id="191" value="&lt;div&gt;----&lt;/div&gt;&lt;div&gt;TCP客房&lt;/div&gt;&lt;div&gt;----&lt;/div&gt;    let rx_buffer = TcpSocketBuffer::new(vec![0; 65535]);&lt;br&gt;    let tx_buffer = TcpSocketBuffer::new(vec![0; 65535]);&lt;br&gt;    let tcp_socket = TcpSocket::new(rx_buffer, tx_buffer);&lt;br&gt;tcp_socket.listen(80).unwrap();&amp;nbsp;&lt;br&gt;&lt;br&gt;// socket_handle：房间号/把手&lt;br&gt;    let socket_handle = sockets.add(tcp_socket);" style="whiteSpace=wrap;html=1;rounded=1;verticalAlign=top;" vertex="1" parent="1">
+                     <mxGeometry x="2650" y="1550" width="400" height="180" as="geometry"/>
+                 </mxCell>
+                 <mxCell id="194" value="    let rx_buffer = TcpSocketBuffer::new(vec![0; 65535]);&#xa;    let tx_buffer = TcpSocketBuffer::new(vec![0; 65535]);&#xa;    let tcp_socket = TcpSocket::new(rx_buffer, tx_buffer);&#xa;    // socket_handle：房间号/把手&#xa;    let socket_handle = sockets.add(tcp_socket);" style="whiteSpace=wrap;html=1;rounded=1;verticalAlign=top;" vertex="1" parent="1">
+                     <mxGeometry x="3160" y="1575" width="400" height="100" as="geometry"/>
+                 </mxCell>
+                 <mxCell id="195" value="..." style="text;html=1;align=center;verticalAlign=middle;whiteSpace=wrap;rounded=0;" vertex="1" parent="1">
+                     <mxGeometry x="3060" y="1590" width="60" height="30" as="geometry"/>
+                 </mxCell>
+                 <mxCell id="197" value="&lt;span style=&quot;color: rgb(0, 0, 0);&quot;&gt;包数据&lt;/span&gt;" style="rounded=1;whiteSpace=wrap;html=1;" vertex="1" parent="1">
+                     <mxGeometry x="2840" y="1840" width="120" height="60" as="geometry"/>
                </mxCell>
            </root>
        </mxGraphModel>
    </diagram>
</mxfile>